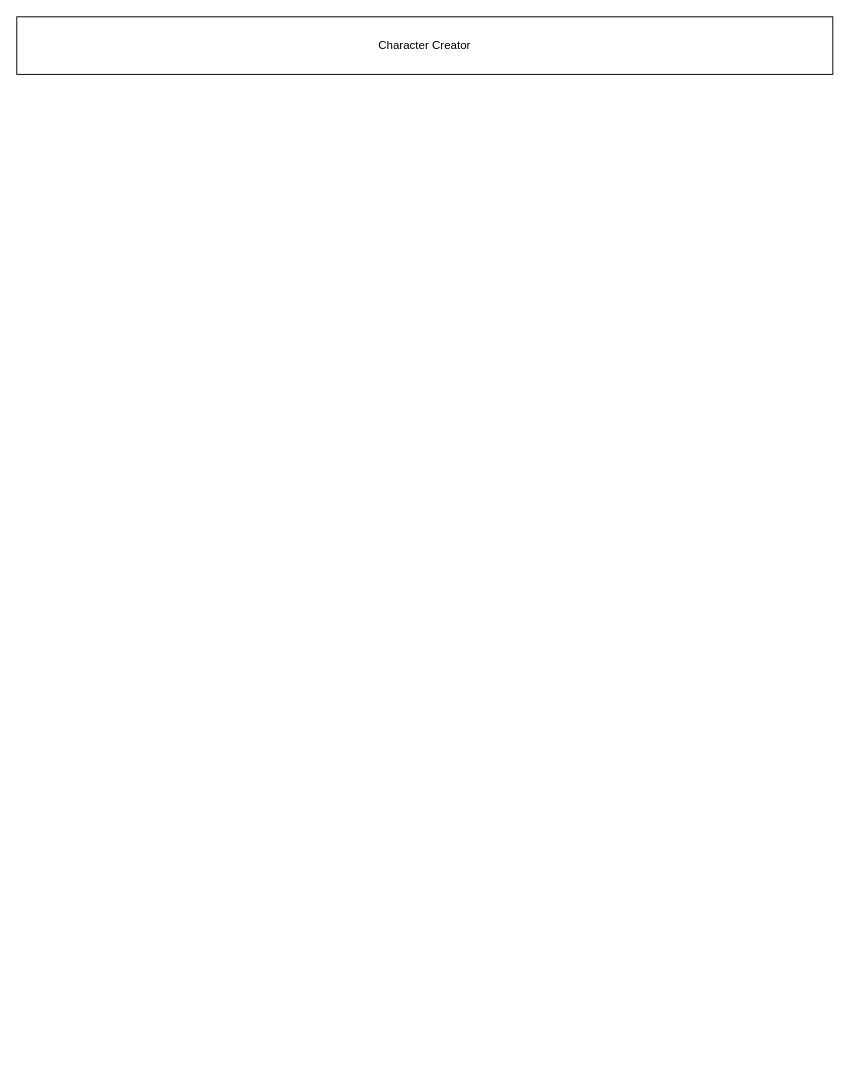
This is page "Character Creator" (2 of 3) of Diagrams/DND_Main_Screen.drawio from aangus98/DND_Organizer, a draw.io file, before an edit. Source tidied: cells renumbered, new cells numbered last; positions are measured from the earlier drawing's top-left corner, leaving out a move shared by most shapes. Both pictures are drawn from the tidied source at 96%, with x=0, y=0 at pixel (16, 16).
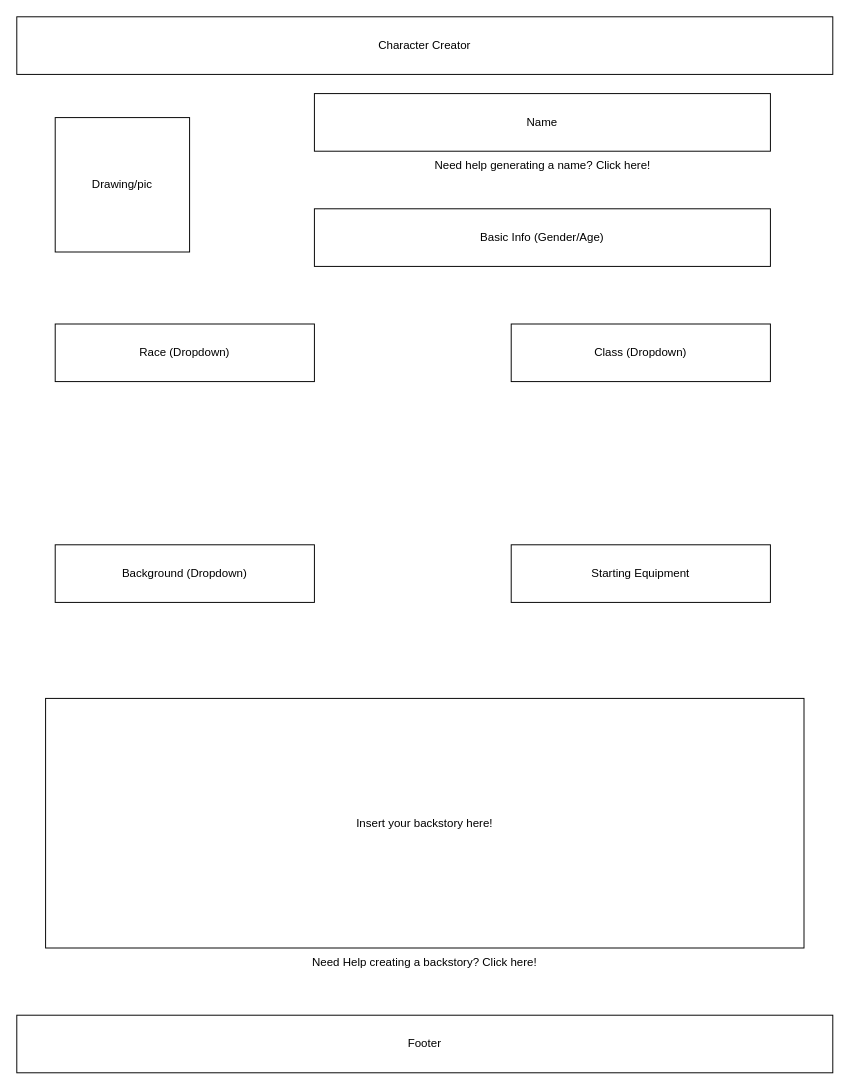
After the change.

Change to the diagram source:
```diff
@@
 <mxGraphModel>
   <root>
     <mxCell id="0" />
     <mxCell id="1" parent="0" />
     <mxCell id="2" value="Character Creator" style="rounded=0;whiteSpace=wrap;html=1;" parent="1" vertex="1">
       <mxGeometry width="850" height="60" as="geometry" />
     </mxCell>
+    <mxCell id="3" value="Drawing/pic" style="whiteSpace=wrap;html=1;" parent="1" vertex="1">
+      <mxGeometry x="40" y="105" width="140" height="140" as="geometry" />
+    </mxCell>
+    <mxCell id="4" value="Name" style="rounded=0;whiteSpace=wrap;html=1;" parent="1" vertex="1">
+      <mxGeometry x="310" y="80" width="475" height="60" as="geometry" />
+    </mxCell>
+    <mxCell id="5" value="Basic Info (Gender/Age)" style="rounded=0;whiteSpace=wrap;html=1;" parent="1" vertex="1">
+      <mxGeometry x="310" y="200" width="475" height="60" as="geometry" />
+    </mxCell>
+    <mxCell id="6" value="Race (Dropdown)" style="rounded=0;whiteSpace=wrap;html=1;" parent="1" vertex="1">
+      <mxGeometry x="40" y="320" width="270" height="60" as="geometry" />
+    </mxCell>
+    <mxCell id="7" value="Class (Dropdown)" style="rounded=0;whiteSpace=wrap;html=1;" parent="1" vertex="1">
+      <mxGeometry x="515" y="320" width="270" height="60" as="geometry" />
+    </mxCell>
+    <mxCell id="8" value="Background (Dropdown)" style="rounded=0;whiteSpace=wrap;html=1;" parent="1" vertex="1">
+      <mxGeometry x="40" y="550" width="270" height="60" as="geometry" />
+    </mxCell>
+    <mxCell id="9" value="Starting Equipment" style="rounded=0;whiteSpace=wrap;html=1;" parent="1" vertex="1">
+      <mxGeometry x="515" y="550" width="270" height="60" as="geometry" />
+    </mxCell>
+    <mxCell id="10" value="Footer" style="rounded=0;whiteSpace=wrap;html=1;" parent="1" vertex="1">
+      <mxGeometry y="1040" width="850" height="60" as="geometry" />
+    </mxCell>
+    <mxCell id="11" value="Need help generating a name? Click here!" style="text;html=1;align=center;verticalAlign=middle;whiteSpace=wrap;rounded=0;" parent="1" vertex="1">
+      <mxGeometry x="407.5" y="140" width="280" height="30" as="geometry" />
+    </mxCell>
+    <mxCell id="12" value="Need Help creating a backstory? Click here!" style="text;html=1;align=center;verticalAlign=middle;whiteSpace=wrap;rounded=0;" parent="1" vertex="1">
+      <mxGeometry x="245" y="970" width="360" height="30" as="geometry" />
+    </mxCell>
+    <mxCell id="13" value="Insert your backstory here!" style="rounded=0;whiteSpace=wrap;html=1;" parent="1" vertex="1">
+      <mxGeometry x="30" y="710" width="790" height="260" as="geometry" />
+    </mxCell>
   </root>
 </mxGraphModel>
```
